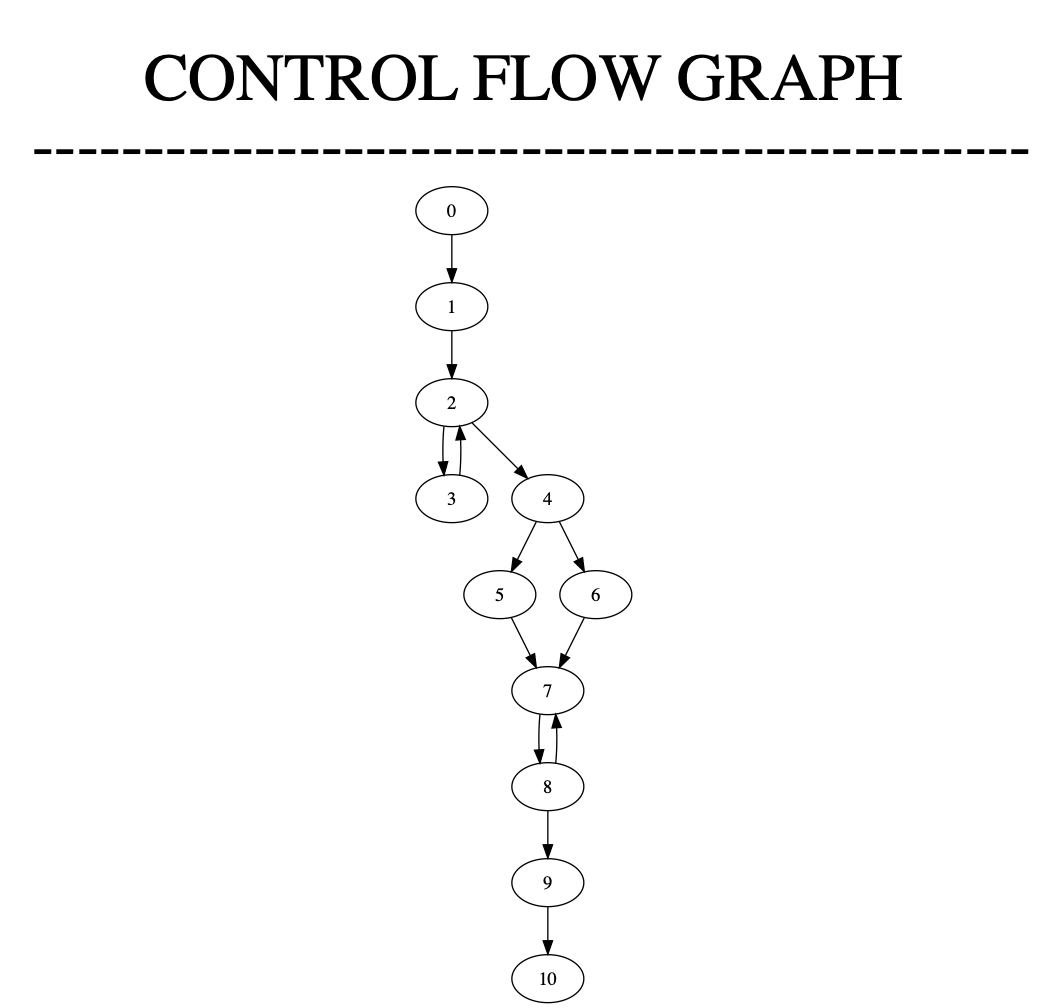
Before: cfg_program_1.png, a diagram exported from Graphviz (jayavardhanpatil/ControlFlowGraph). Its source is kept beside it as cfg_program_1.dot. Source of this version:
```dot
digraph G {
label = <<br/><br/><font point-size='50'><b>CONTROL FLOW GRAPH</b><br/>
---------------------------------------------</font><br/>>; labelloc = t;0->1;
1->2;
2->3;
3->2;
2->4;
4->5;
5->7;
7->8;
8->7;
8->9;
9->10;
4->6;
6->7;
}
```
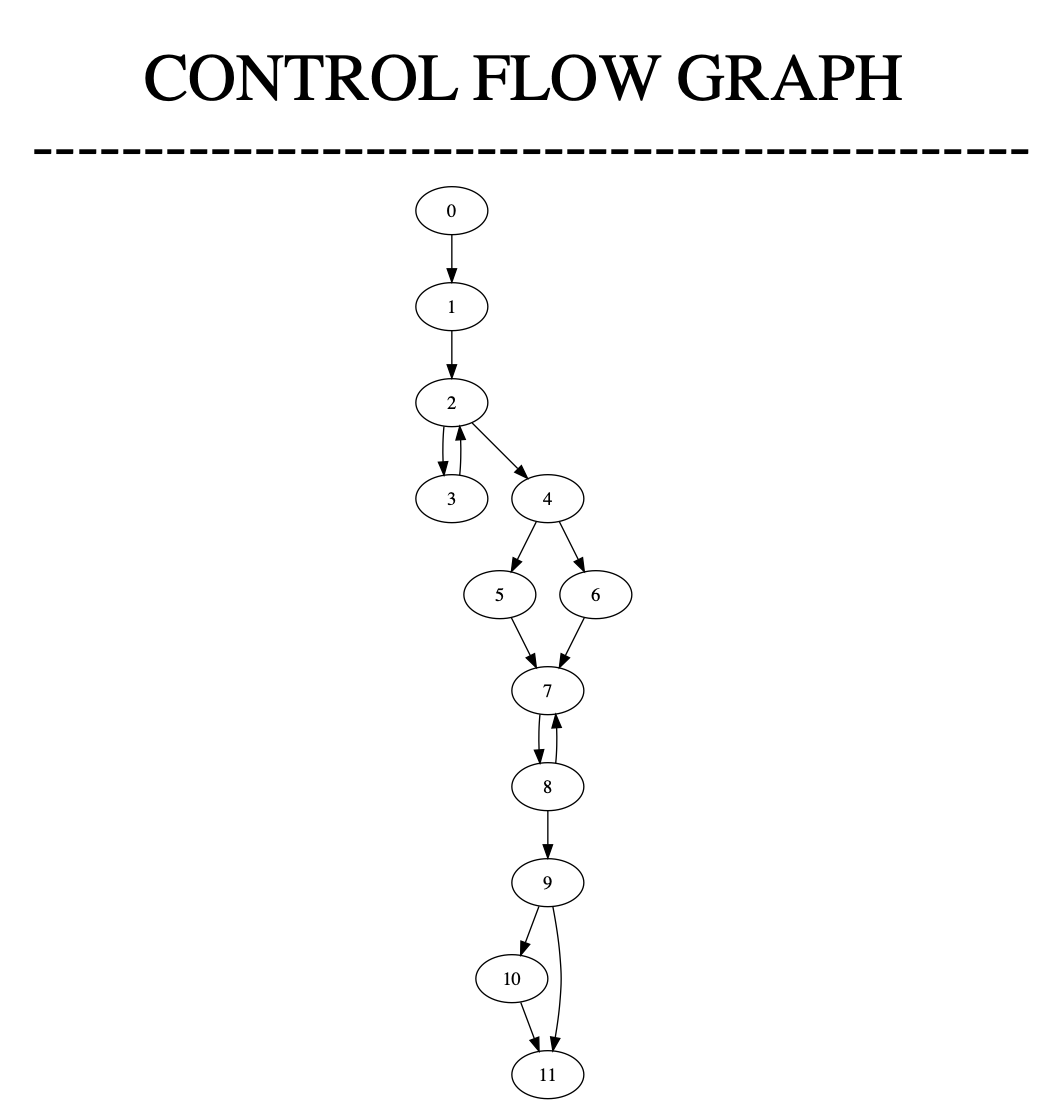
The same file after the commit.

The edit, as a diff of the source:
```diff
@@ -11,6 +11,8 @@
 8->7;
 8->9;
 9->10;
+10->11;
+9->11;
 4->6;
 6->7;
 }
```
